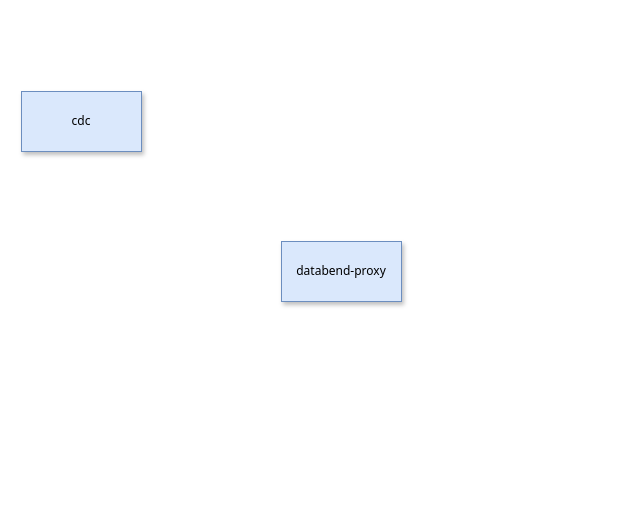
Above: doc/databend-mysql缓存实现设计.drawio in jackjoesh/databend (draw.io), before the change. Source tidied: cells renumbered, new cells numbered last; positions are measured from the earlier drawing's top-left corner, leaving out a move shared by most shapes. Both pictures are drawn from the tidied source at 100%, with x=0, y=0 at pixel (21, 91).
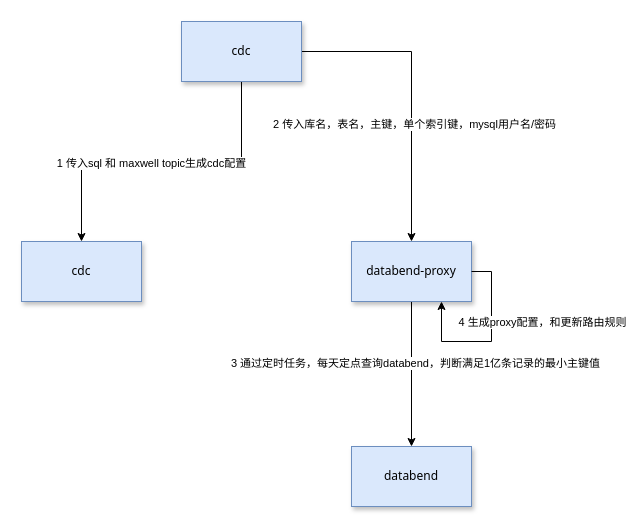
After the change.

Commit message (it also covers changes not shown here):
更新databend-mysql缓存实现设计.drawio

The edit, as a diff of the source:
```diff
@@
 <mxGraphModel>
   <root>
     <mxCell id="0" />
     <mxCell id="1" parent="0" />
     <mxCell id="2" value="cdc" style="rounded=0;whiteSpace=wrap;html=1;fillColor=#dae8fc;strokeColor=#6c8ebf;shadow=1;fontFamily=Tahoma;" parent="1" vertex="1">
-      <mxGeometry width="120" height="60" as="geometry" />
+      <mxGeometry y="150" width="120" height="60" as="geometry" />
     </mxCell>
+    <mxCell id="4" style="edgeStyle=orthogonalEdgeStyle;rounded=0;jettySize=auto;html=1;exitX=0.5;exitY=1;exitDx=0;exitDy=0;entryX=0.5;entryY=0;entryDx=0;entryDy=0;" parent="1" edge="1" source="3" target="6">
+      <mxGeometry relative="1" as="geometry" />
+    </mxCell>
+    <mxCell id="5" value="3 通过定时任务，每天定点查询databend，判断满足1亿条记录的最小主键值" style="edgeLabel;html=1;align=center;verticalAlign=middle;" parent="4" vertex="1">
+      <mxGeometry x="-0.16" y="3" relative="1" as="geometry" />
+    </mxCell>
     <mxCell id="3" value="databend-proxy" style="rounded=0;whiteSpace=wrap;html=1;fillColor=#dae8fc;strokeColor=#6c8ebf;shadow=1;fontFamily=Tahoma;" parent="1" vertex="1">
-      <mxGeometry x="260" y="150" width="120" height="60" as="geometry" />
+      <mxGeometry x="330" y="150" width="120" height="60" as="geometry" />
     </mxCell>
+    <mxCell id="6" value="databend" style="rounded=0;whiteSpace=wrap;html=1;fillColor=#dae8fc;strokeColor=#6c8ebf;shadow=1;fontFamily=Tahoma;" parent="1" vertex="1">
+      <mxGeometry x="330" y="355" width="120" height="60" as="geometry" />
+    </mxCell>
+    <mxCell id="7" style="edgeStyle=orthogonalEdgeStyle;rounded=0;jettySize=auto;html=1;exitX=0.5;exitY=1;exitDx=0;exitDy=0;entryX=0.5;entryY=0;entryDx=0;entryDy=0;" parent="1" edge="1" source="11" target="2">
+      <mxGeometry relative="1" as="geometry" />
+    </mxCell>
+    <mxCell id="8" value="1 传入sql 和 maxwell topic生成cdc配置" style="edgeLabel;html=1;align=center;verticalAlign=middle;" parent="7" vertex="1">
+      <mxGeometry x="0.07" y="1" relative="1" as="geometry" />
+    </mxCell>
+    <mxCell id="9" style="edgeStyle=orthogonalEdgeStyle;rounded=0;jettySize=auto;html=1;exitX=1;exitY=0.5;exitDx=0;exitDy=0;" parent="1" edge="1" source="11" target="3">
+      <mxGeometry relative="1" as="geometry" />
+    </mxCell>
+    <mxCell id="10" value="2 传入库名，表名，主键，单个索引键，mysql用户名/密码" style="edgeLabel;html=1;align=center;verticalAlign=middle;" parent="9" vertex="1">
+      <mxGeometry x="0.21" y="2" relative="1" as="geometry" />
+    </mxCell>
+    <mxCell id="11" value="cdc" style="rounded=0;whiteSpace=wrap;html=1;fillColor=#dae8fc;strokeColor=#6c8ebf;shadow=1;fontFamily=Tahoma;" parent="1" vertex="1">
+      <mxGeometry x="160" y="-70" width="120" height="60" as="geometry" />
+    </mxCell>
+    <mxCell id="12" style="edgeStyle=orthogonalEdgeStyle;rounded=0;jettySize=auto;html=1;exitX=1;exitY=0.5;exitDx=0;exitDy=0;" parent="1" edge="1" source="3">
+      <mxGeometry relative="1" as="geometry">
+        <mxPoint x="420" y="210" as="targetPoint" />
+        <Array as="points">
+          <mxPoint x="470" y="180" />
+          <mxPoint x="470" y="250" />
+          <mxPoint x="420" y="250" />
+        </Array>
+      </mxGeometry>
+    </mxCell>
+    <mxCell id="13" value="4 生成proxy配置，和更新路由规则" style="edgeLabel;html=1;align=center;verticalAlign=middle;" parent="12" vertex="1">
+      <mxGeometry x="-0.14" y="-3" relative="1" as="geometry">
+        <mxPoint x="53" y="-7" as="offset" />
+      </mxGeometry>
+    </mxCell>
   </root>
 </mxGraphModel>
```
